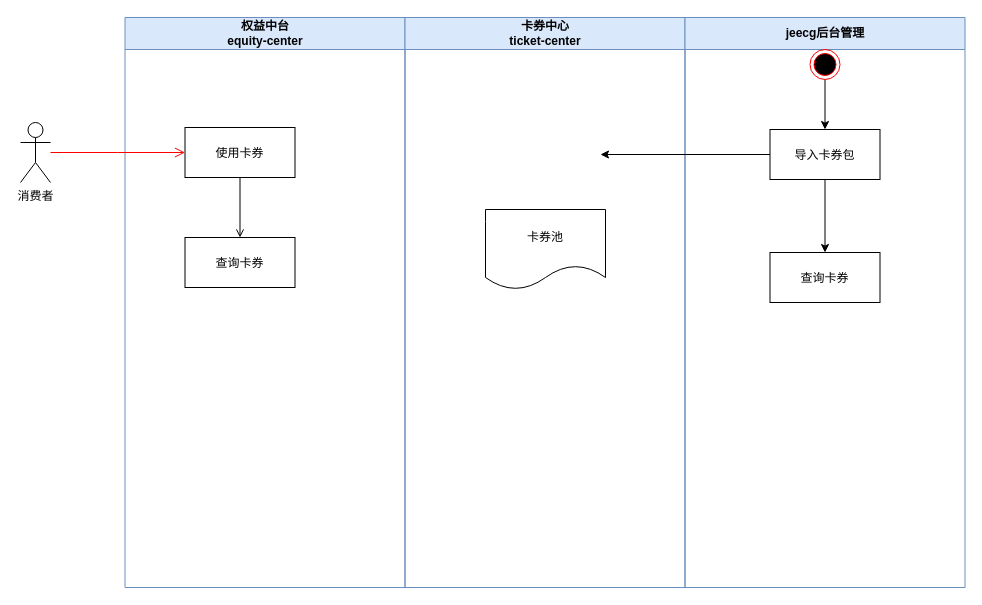
Before: diagrams/leapmotor/卡券中心.drawio in xike007/picture-bed, a draw.io diagram. Source tidied: cells renumbered, new cells numbered last; positions are measured from the earlier drawing's top-left corner, leaving out a move shared by most shapes. Both pictures are drawn from the tidied source at 100%, with x=0, y=0 at pixel (20, 17).
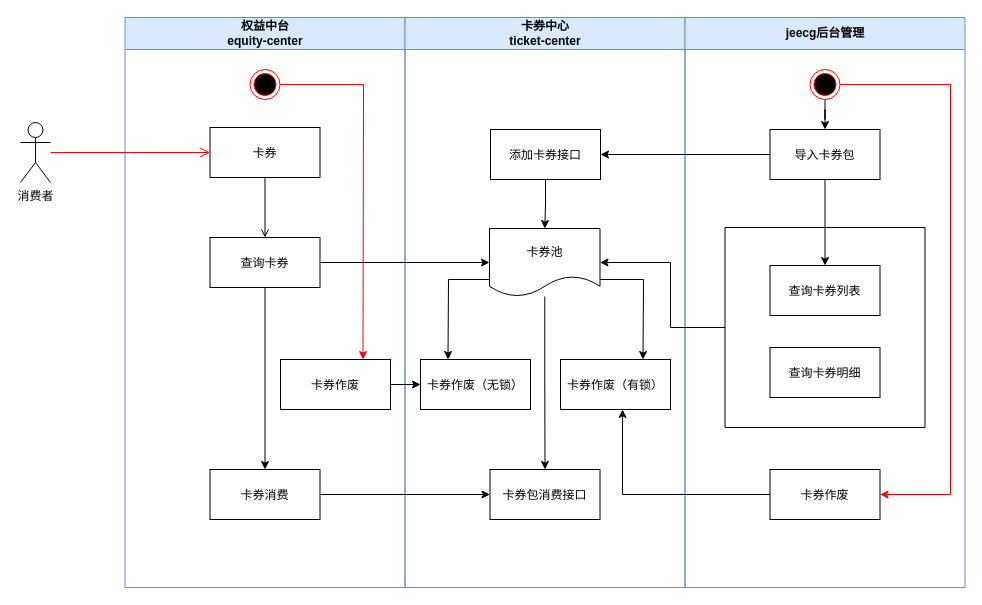
The same diagram, later.

Commit message:
更新卡券中心.drawio

The change refers to these unchanged cells:
```xml
<mxCell id="2" value="权益中台&#10;equity-center" style="swimlane;whiteSpace=wrap;fillColor=#dae8fc;strokeColor=#6c8ebf;startSize=32;" parent="1" vertex="1">
  <mxGeometry x="104.5" width="280" height="570" as="geometry" />
</mxCell>
<mxCell id="6" value="卡券中心&#10;ticket-center" style="swimlane;whiteSpace=wrap;fillColor=#dae8fc;strokeColor=#6c8ebf;startSize=32;" parent="1" vertex="1">
  <mxGeometry x="384.5" width="280" height="570" as="geometry" />
</mxCell>
<mxCell id="8" value="jeecg后台管理" style="swimlane;whiteSpace=wrap;fillColor=#dae8fc;strokeColor=#6c8ebf;startSize=32;" parent="1" vertex="1">
  <mxGeometry x="664.5" width="280" height="570" as="geometry" />
</mxCell>
<mxCell id="10" value="导入卡券包" parent="8" vertex="1">
  <mxGeometry x="85" y="112" width="110" height="50" as="geometry" />
</mxCell>
```

The edit, as a diff of the source:
```diff
@@
-    <mxCell id="3" value="使用卡券" parent="2" vertex="1">
-      <mxGeometry x="60" y="110" width="110" height="50" as="geometry" />
+    <mxCell id="3" value="卡券" parent="2" vertex="1">
+      <mxGeometry x="85" y="110" width="110" height="50" as="geometry" />
     </mxCell>
+    <mxCell id="17" style="edgeStyle=orthogonalEdgeStyle;rounded=0;jettySize=auto;html=1;" parent="2" edge="1" source="4" target="18">
+      <mxGeometry relative="1" as="geometry" />
+    </mxCell>
     <mxCell id="4" value="查询卡券" parent="2" vertex="1">
-      <mxGeometry x="60" y="220" width="110" height="50" as="geometry" />
+      <mxGeometry x="85" y="220" width="110" height="50" as="geometry" />
     </mxCell>
@@
+    <mxCell id="18" value="卡券消费" parent="2" vertex="1">
+      <mxGeometry x="85" y="452" width="110" height="50" as="geometry" />
+    </mxCell>
+    <mxCell id="19" value="卡券作废" parent="2" vertex="1">
+      <mxGeometry x="155.5" y="342" width="110" height="50" as="geometry" />
+    </mxCell>
+    <mxCell id="20" style="ellipse;shape=endState;fillColor=#000000;strokeColor=#ff0000;" parent="2" vertex="1">
+      <mxGeometry x="125" y="52" width="30" height="30" as="geometry" />
+    </mxCell>
+    <mxCell id="21" style="endArrow=classic;html=1;rounded=0;exitX=1;exitY=0.5;exitDx=0;exitDy=0;entryX=0.75;entryY=0;entryDx=0;entryDy=0;strokeColor=#FF0000;" parent="2" edge="1" source="20" target="19">
+      <mxGeometry relative="1" as="geometry">
+        <Array as="points">
+          <mxPoint x="238.5" y="67" />
+        </Array>
+      </mxGeometry>
+    </mxCell>
@@
+    <mxCell id="22" style="edgeStyle=orthogonalEdgeStyle;rounded=0;jettySize=auto;html=1;" parent="6" edge="1" source="7" target="25">
+      <mxGeometry relative="1" as="geometry" />
+    </mxCell>
     <mxCell id="7" value="卡券池" style="shape=document;whiteSpace=wrap;html=1;boundedLbl=1;" parent="6" vertex="1">
-      <mxGeometry x="80.5" y="192" width="120" height="80" as="geometry" />
+      <mxGeometry x="84.5" y="211" width="110.5" height="68" as="geometry" />
     </mxCell>
+    <mxCell id="23" style="edgeStyle=orthogonalEdgeStyle;rounded=0;jettySize=auto;html=1;" parent="6" edge="1" source="24" target="7">
+      <mxGeometry relative="1" as="geometry" />
+    </mxCell>
+    <mxCell id="24" value="添加卡券接口" parent="6" vertex="1">
+      <mxGeometry x="85.5" y="112" width="110" height="50" as="geometry" />
+    </mxCell>
+    <mxCell id="25" value="卡券包消费接口" parent="6" vertex="1">
+      <mxGeometry x="85" y="452" width="110" height="50" as="geometry" />
+    </mxCell>
+    <mxCell id="26" value="卡券作废（无锁）" parent="6" vertex="1">
+      <mxGeometry x="15.5" y="342" width="110" height="50" as="geometry" />
+    </mxCell>
+    <mxCell id="27" value="卡券作废（有锁）" parent="6" vertex="1">
+      <mxGeometry x="155.5" y="342" width="110" height="50" as="geometry" />
+    </mxCell>
+    <mxCell id="28" style="endArrow=classic;html=1;rounded=0;exitX=0;exitY=0.75;exitDx=0;exitDy=0;entryX=0.25;entryY=0;entryDx=0;entryDy=0;" parent="6" edge="1" source="7" target="26">
+      <mxGeometry relative="1" as="geometry">
+        <Array as="points">
+          <mxPoint x="43.5" y="262" />
+        </Array>
+      </mxGeometry>
+    </mxCell>
+    <mxCell id="29" style="endArrow=classic;html=1;rounded=0;exitX=1;exitY=0.75;exitDx=0;exitDy=0;entryX=0.75;entryY=0;entryDx=0;entryDy=0;" parent="6" edge="1" source="7" target="27">
+      <mxGeometry relative="1" as="geometry">
+        <Array as="points">
+          <mxPoint x="238.5" y="262" />
+        </Array>
+      </mxGeometry>
+    </mxCell>
@@
-    <mxCell id="9" style="edgeStyle=orthogonalEdgeStyle;rounded=0;jettySize=auto;html=1;entryX=0.5;entryY=0;entryDx=0;entryDy=0;" parent="8" edge="1" source="10" target="13">
-      <mxGeometry relative="1" as="geometry" />
-    </mxCell>
@@
     <mxCell id="12" style="ellipse;shape=endState;fillColor=#000000;strokeColor=#ff0000;" parent="8" vertex="1">
-      <mxGeometry x="125" y="32" width="30" height="30" as="geometry" />
+      <mxGeometry x="125" y="52" width="30" height="30" as="geometry" />
     </mxCell>
-    <mxCell id="13" value="查询卡券" parent="8" vertex="1">
-      <mxGeometry x="85" y="235" width="110" height="50" as="geometry" />
-    </mxCell>
+    <mxCell id="30" style="swimlane;startSize=0;" parent="8" vertex="1">
+      <mxGeometry x="40" y="210" width="200" height="200" as="geometry" />
+    </mxCell>
+    <mxCell id="31" value="查询卡券列表" parent="30" vertex="1">
+      <mxGeometry x="45" y="38" width="110" height="50" as="geometry" />
+    </mxCell>
+    <mxCell id="32" value="查询卡券明细" parent="30" vertex="1">
+      <mxGeometry x="45" y="120" width="110" height="50" as="geometry" />
+    </mxCell>
+    <mxCell id="9" style="edgeStyle=orthogonalEdgeStyle;rounded=0;jettySize=auto;html=1;entryX=0.5;entryY=0;entryDx=0;entryDy=0;" parent="8" edge="1" source="10" target="31">
+      <mxGeometry relative="1" as="geometry" />
+    </mxCell>
+    <mxCell id="33" value="卡券作废" parent="8" vertex="1">
+      <mxGeometry x="85" y="452" width="110" height="50" as="geometry" />
+    </mxCell>
+    <mxCell id="34" style="endArrow=classic;html=1;rounded=0;exitX=1;exitY=0.5;exitDx=0;exitDy=0;entryX=1;entryY=0.5;entryDx=0;entryDy=0;strokeColor=#FF0000;" parent="8" edge="1" source="12" target="33">
+      <mxGeometry relative="1" as="geometry">
+        <Array as="points">
+          <mxPoint x="265.5" y="67" />
+          <mxPoint x="265.5" y="477" />
+        </Array>
+      </mxGeometry>
+    </mxCell>
@@
-    <mxCell id="16" style="edgeStyle=orthogonalEdgeStyle;rounded=0;jettySize=auto;html=1;entryX=1;entryY=0.5;entryDx=0;entryDy=0;" parent="1" edge="1" source="10">
-      <mxGeometry relative="1" as="geometry">
-        <mxPoint x="580" y="137" as="targetPoint" />
-      </mxGeometry>
-    </mxCell>
+    <mxCell id="35" style="endArrow=classic;html=1;rounded=0;exitX=1;exitY=0.5;exitDx=0;exitDy=0;entryX=0;entryY=0.5;entryDx=0;entryDy=0;" parent="1" edge="1" source="4" target="7">
+      <mxGeometry relative="1" as="geometry" />
+    </mxCell>
+    <mxCell id="36" style="endArrow=classic;html=1;rounded=0;exitX=0;exitY=0.5;exitDx=0;exitDy=0;entryX=1;entryY=0.5;entryDx=0;entryDy=0;" parent="1" edge="1" source="10" target="24">
+      <mxGeometry relative="1" as="geometry" />
+    </mxCell>
+    <mxCell id="37" style="edgeStyle=orthogonalEdgeStyle;rounded=0;jettySize=auto;html=1;" parent="1" edge="1" source="19" target="26">
+      <mxGeometry relative="1" as="geometry" />
+    </mxCell>
+    <mxCell id="38" style="endArrow=classic;html=1;rounded=0;exitX=1;exitY=0.5;exitDx=0;exitDy=0;entryX=0;entryY=0.5;entryDx=0;entryDy=0;" parent="1" edge="1" source="18" target="25">
+      <mxGeometry relative="1" as="geometry" />
+    </mxCell>
+    <mxCell id="39" style="endArrow=classic;html=1;rounded=0;exitX=0;exitY=0.5;exitDx=0;exitDy=0;entryX=1;entryY=0.5;entryDx=0;entryDy=0;" parent="1" edge="1" source="30" target="7">
+      <mxGeometry relative="1" as="geometry">
+        <Array as="points">
+          <mxPoint x="650" y="310" />
+          <mxPoint x="650" y="245" />
+        </Array>
+      </mxGeometry>
+    </mxCell>
+    <mxCell id="40" style="endArrow=classic;html=1;rounded=0;exitX=0;exitY=0.5;exitDx=0;exitDy=0;entryX=0.564;entryY=1;entryDx=0;entryDy=0;entryPerimeter=0;" parent="1" edge="1" source="33" target="27">
+      <mxGeometry relative="1" as="geometry">
+        <Array as="points">
+          <mxPoint x="602" y="477" />
+        </Array>
+      </mxGeometry>
+    </mxCell>
```
